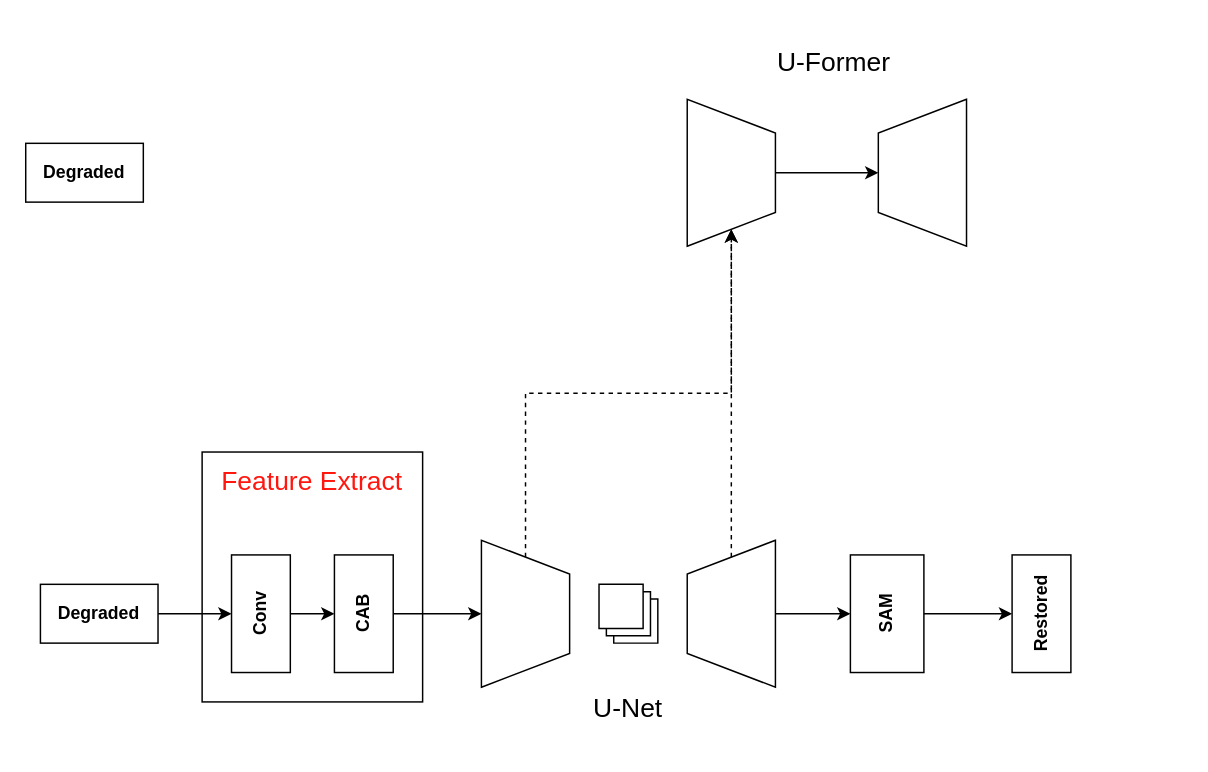
The draw.io diagram Untitled Diagram.drawio in user815886724/CycleGan, before the edit. Source tidied: cells renumbered, new cells numbered last; positions are measured from the earlier drawing's top-left corner, leaving out a move shared by most shapes. Both pictures are drawn from the tidied source at 147%, with x=0, y=0 at pixel (25, 40).
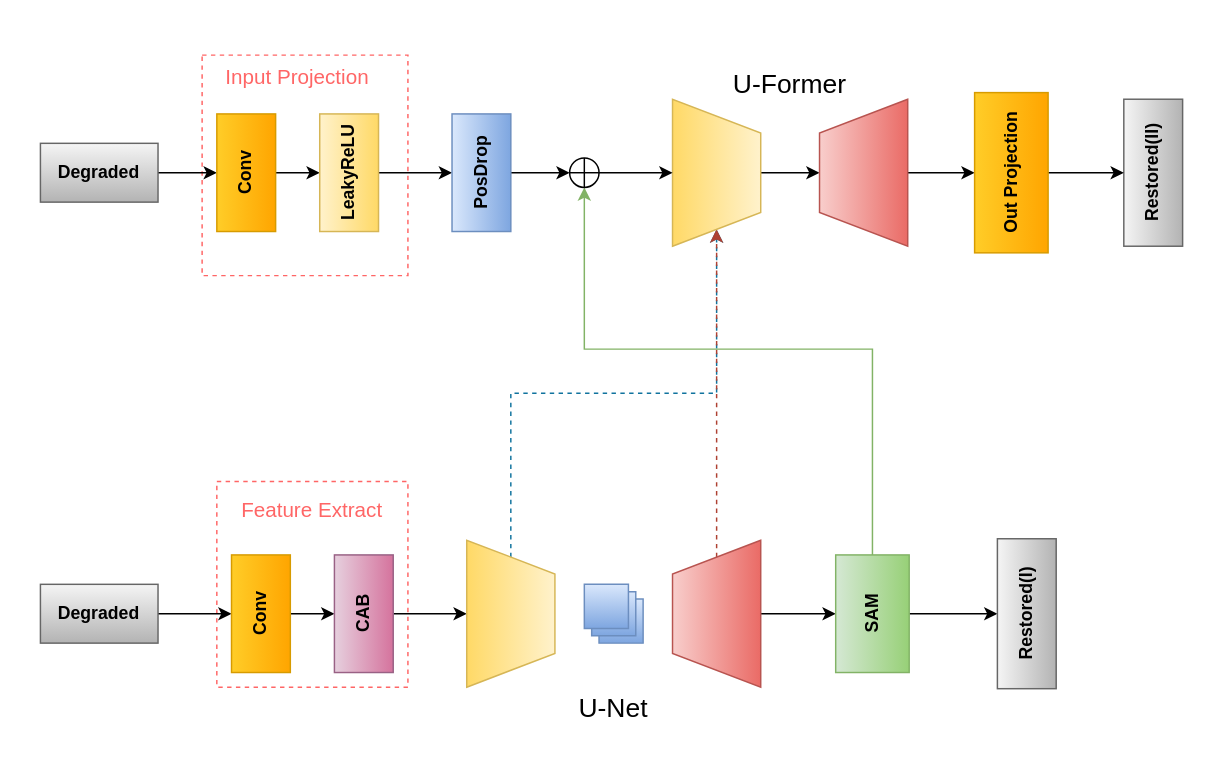
The same page after the edit.

Change to the diagram source:
```diff
@@
+    <mxCell id="25" value="&lt;pre style=&quot;background-color: rgb(255 , 255 , 255) ; font-family: &amp;#34;jetbrains mono&amp;#34; , monospace ; font-size: 10px&quot;&gt;&lt;br&gt;&lt;/pre&gt;" style="rounded=0;whiteSpace=wrap;html=1;verticalAlign=top;fillColor=none;align=center;dashed=1;strokeColor=#FF6666;" parent="1" vertex="1">
+      <mxGeometry x="120" y="10" width="140" height="150" as="geometry" />
+    </mxCell>
-    <mxCell id="2" value="&lt;pre style=&quot;background-color: rgb(255 , 255 , 255) ; font-family: &amp;#34;jetbrains mono&amp;#34; , monospace ; font-size: 10px&quot;&gt;&lt;br&gt;&lt;/pre&gt;" style="rounded=0;whiteSpace=wrap;html=1;verticalAlign=top;fillColor=none;align=center;" parent="1" vertex="1">
-      <mxGeometry x="120" y="280" width="150" height="170" as="geometry" />
+    <mxCell id="2" value="&lt;pre style=&quot;background-color: rgb(255 , 255 , 255) ; font-family: &amp;#34;jetbrains mono&amp;#34; , monospace ; font-size: 10px&quot;&gt;&lt;br&gt;&lt;/pre&gt;" style="rounded=0;whiteSpace=wrap;html=1;verticalAlign=top;fillColor=none;align=center;dashed=1;strokeColor=#FF6666;" parent="1" vertex="1">
+      <mxGeometry x="130" y="300" width="130" height="140" as="geometry" />
     </mxCell>
@@
-    <mxCell id="4" value="&lt;b&gt;Degraded&lt;/b&gt;" style="rounded=0;whiteSpace=wrap;html=1;" parent="1" vertex="1">
+    <mxCell id="4" value="&lt;b&gt;Degraded&lt;/b&gt;" style="rounded=0;whiteSpace=wrap;html=1;gradientColor=#b3b3b3;fillColor=#f5f5f5;strokeColor=#666666;" parent="1" vertex="1">
       <mxGeometry x="10" y="370" width="80" height="40" as="geometry" />
     </mxCell>
@@
-    <mxCell id="6" value="&lt;b&gt;Conv&lt;/b&gt;" style="rounded=0;whiteSpace=wrap;html=1;rotation=-90;verticalAlign=middle;" parent="1" vertex="1">
+    <mxCell id="6" value="&lt;b&gt;Conv&lt;/b&gt;" style="rounded=0;whiteSpace=wrap;html=1;rotation=-90;verticalAlign=middle;gradientColor=#ffa500;fillColor=#ffcd28;strokeColor=#d79b00;" parent="1" vertex="1">
       <mxGeometry x="120" y="370" width="80" height="40" as="geometry" />
     </mxCell>
@@
-    <mxCell id="8" value="&lt;b&gt;CAB&lt;/b&gt;" style="rounded=0;whiteSpace=wrap;html=1;rotation=-90;verticalAlign=middle;" parent="1" vertex="1">
+    <mxCell id="8" value="&lt;b&gt;CAB&lt;/b&gt;" style="rounded=0;whiteSpace=wrap;html=1;rotation=-90;verticalAlign=middle;gradientColor=#d5739d;fillColor=#e6d0de;strokeColor=#996185;" parent="1" vertex="1">
       <mxGeometry x="190" y="370" width="80" height="40" as="geometry" />
     </mxCell>
-    <mxCell id="9" style="edgeStyle=orthogonalEdgeStyle;rounded=0;jettySize=auto;html=1;exitX=1;exitY=0.5;exitDx=0;exitDy=0;fontColor=#FF170F;dashed=1;" parent="1" edge="1" source="10" target="21">
+    <mxCell id="9" style="edgeStyle=orthogonalEdgeStyle;rounded=0;jettySize=auto;html=1;exitX=1;exitY=0.5;exitDx=0;exitDy=0;fontColor=#FF170F;dashed=1;fillColor=#b1ddf0;strokeColor=#10739e;" parent="1" edge="1" source="10" target="21">
       <mxGeometry relative="1" as="geometry">
         <Array as="points">
-          <mxPoint x="340" y="240" />
-          <mxPoint x="480" y="240" />
+          <mxPoint x="330" y="240" />
+          <mxPoint x="470" y="240" />
         </Array>
       </mxGeometry>
     </mxCell>
-    <mxCell id="10" style="verticalLabelPosition=middle;verticalAlign=middle;html=1;shape=trapezoid;perimeter=trapezoidPerimeter;whiteSpace=wrap;size=0.23;arcSize=10;flipV=1;labelPosition=center;align=center;rotation=-90;" parent="1" vertex="1">
-      <mxGeometry x="290" y="360" width="100" height="60" as="geometry" />
+    <mxCell id="10" style="verticalLabelPosition=middle;verticalAlign=middle;html=1;shape=trapezoid;perimeter=trapezoidPerimeter;whiteSpace=wrap;size=0.23;arcSize=10;flipV=1;labelPosition=center;align=center;rotation=-90;gradientColor=#ffd966;fillColor=#fff2cc;strokeColor=#d6b656;" parent="1" vertex="1">
+      <mxGeometry x="280" y="360" width="100" height="60" as="geometry" />
     </mxCell>
@@
-    <mxCell id="12" style="edgeStyle=orthogonalEdgeStyle;rounded=0;jettySize=auto;html=1;exitX=0;exitY=0.5;exitDx=0;exitDy=0;entryX=0;entryY=0.5;entryDx=0;entryDy=0;fontColor=#FF170F;dashed=1;" parent="1" edge="1" source="13" target="21">
+    <mxCell id="12" style="edgeStyle=orthogonalEdgeStyle;rounded=0;jettySize=auto;html=1;exitX=0;exitY=0.5;exitDx=0;exitDy=0;entryX=0;entryY=0.5;entryDx=0;entryDy=0;fontColor=#FF170F;dashed=1;fillColor=#fad9d5;strokeColor=#ae4132;" parent="1" edge="1" source="13" target="21">
       <mxGeometry relative="1" as="geometry" />
     </mxCell>
-    <mxCell id="13" style="verticalLabelPosition=middle;verticalAlign=middle;html=1;shape=trapezoid;perimeter=trapezoidPerimeter;whiteSpace=wrap;size=0.23;arcSize=10;flipV=1;labelPosition=center;align=center;rotation=90;" parent="1" vertex="1">
-      <mxGeometry x="430" y="360" width="100" height="60" as="geometry" />
+    <mxCell id="13" style="verticalLabelPosition=middle;verticalAlign=middle;html=1;shape=trapezoid;perimeter=trapezoidPerimeter;whiteSpace=wrap;size=0.23;arcSize=10;flipV=1;labelPosition=center;align=center;rotation=90;gradientColor=#ea6b66;fillColor=#f8cecc;strokeColor=#b85450;" parent="1" vertex="1">
+      <mxGeometry x="420" y="360" width="100" height="60" as="geometry" />
     </mxCell>
@@
+    <mxCell id="26" style="edgeStyle=orthogonalEdgeStyle;rounded=0;jettySize=auto;html=1;exitX=1;exitY=0.5;exitDx=0;exitDy=0;entryX=0.5;entryY=1;entryDx=0;entryDy=0;fontColor=#FF170F;fillColor=#d5e8d4;strokeColor=#82b366;gradientColor=#97d077;" parent="1" edge="1" source="15" target="37">
+      <mxGeometry relative="1" as="geometry">
+        <Array as="points">
+          <mxPoint x="576" y="210" />
+          <mxPoint x="380" y="210" />
+        </Array>
+      </mxGeometry>
+    </mxCell>
-    <mxCell id="15" value="&lt;b&gt;SAM&lt;/b&gt;" style="rounded=0;whiteSpace=wrap;html=1;rotation=-90;verticalAlign=middle;" parent="1" vertex="1">
-      <mxGeometry x="546" y="365" width="80" height="50" as="geometry" />
+    <mxCell id="15" value="&lt;b&gt;SAM&lt;/b&gt;" style="rounded=0;whiteSpace=wrap;html=1;rotation=-90;verticalAlign=middle;gradientColor=#97d077;fillColor=#d5e8d4;strokeColor=#82b366;" parent="1" vertex="1">
+      <mxGeometry x="536" y="365" width="80" height="50" as="geometry" />
     </mxCell>
-    <mxCell id="16" value="&lt;b&gt;Restored&lt;/b&gt;" style="rounded=0;whiteSpace=wrap;html=1;rotation=-90;verticalAlign=middle;" parent="1" vertex="1">
-      <mxGeometry x="651" y="370" width="80" height="40" as="geometry" />
+    <mxCell id="16" value="&lt;b&gt;Restored(I)&lt;/b&gt;" style="rounded=0;whiteSpace=wrap;html=1;rotation=-90;verticalAlign=middle;gradientColor=#b3b3b3;fillColor=#f5f5f5;strokeColor=#666666;" parent="1" vertex="1">
+      <mxGeometry x="630" y="370" width="102" height="40" as="geometry" />
     </mxCell>
-    <mxCell id="17" style="verticalLabelPosition=bottom;verticalAlign=top;html=1;shape=mxgraph.basic.layered_rect;dx=10;" parent="1" vertex="1">
-      <mxGeometry x="390" y="370" width="40" height="40" as="geometry" />
+    <mxCell id="17" style="verticalLabelPosition=bottom;verticalAlign=top;html=1;shape=mxgraph.basic.layered_rect;dx=10;gradientColor=#7ea6e0;fillColor=#dae8fc;strokeColor=#6c8ebf;" parent="1" vertex="1">
+      <mxGeometry x="380" y="370" width="40" height="40" as="geometry" />
     </mxCell>
     <mxCell id="18" value="&lt;h2&gt;&lt;span style=&quot;font-weight: normal&quot;&gt;U-Net&lt;/span&gt;&lt;/h2&gt;" style="text;html=1;strokeColor=none;fillColor=none;align=center;verticalAlign=middle;whiteSpace=wrap;rounded=0;" parent="1" vertex="1">
-      <mxGeometry x="360" y="440" width="100" height="30" as="geometry" />
+      <mxGeometry x="350" y="440" width="100" height="30" as="geometry" />
     </mxCell>
-    <mxCell id="19" value="&lt;h2&gt;&lt;span style=&quot;font-weight: normal&quot;&gt;Feature Extract&lt;/span&gt;&lt;/h2&gt;" style="text;html=1;strokeColor=none;fillColor=none;align=center;verticalAlign=middle;whiteSpace=wrap;rounded=0;fontColor=#FF170F;" parent="1" vertex="1">
-      <mxGeometry x="130" y="290" width="130" height="20" as="geometry" />
+    <mxCell id="19" value="&lt;h3&gt;&lt;span style=&quot;font-weight: normal&quot;&gt;&lt;font color=&quot;#ff6666&quot;&gt;Feature Extract&lt;/font&gt;&lt;/span&gt;&lt;/h3&gt;" style="text;html=1;strokeColor=none;fillColor=none;align=center;verticalAlign=middle;whiteSpace=wrap;rounded=0;fontColor=#FF170F;" parent="1" vertex="1">
+      <mxGeometry x="130" y="310" width="130" height="20" as="geometry" />
     </mxCell>
@@
-    <mxCell id="21" style="verticalLabelPosition=middle;verticalAlign=middle;html=1;shape=trapezoid;perimeter=trapezoidPerimeter;whiteSpace=wrap;size=0.23;arcSize=10;flipV=1;labelPosition=center;align=center;rotation=-90;" parent="1" vertex="1">
-      <mxGeometry x="430" y="60" width="100" height="60" as="geometry" />
+    <mxCell id="21" style="verticalLabelPosition=middle;verticalAlign=middle;html=1;shape=trapezoid;perimeter=trapezoidPerimeter;whiteSpace=wrap;size=0.23;arcSize=10;flipV=1;labelPosition=center;align=center;rotation=-90;gradientColor=#ffd966;fillColor=#fff2cc;strokeColor=#d6b656;" parent="1" vertex="1">
+      <mxGeometry x="420" y="60" width="100" height="60" as="geometry" />
     </mxCell>
+    <mxCell id="27" style="edgeStyle=orthogonalEdgeStyle;rounded=0;jettySize=auto;html=1;fontColor=#FF170F;" parent="1" edge="1" source="22" target="40">
+      <mxGeometry relative="1" as="geometry" />
+    </mxCell>
-    <mxCell id="22" style="verticalLabelPosition=middle;verticalAlign=middle;html=1;shape=trapezoid;perimeter=trapezoidPerimeter;whiteSpace=wrap;size=0.23;arcSize=10;flipV=1;labelPosition=center;align=center;rotation=90;" parent="1" vertex="1">
-      <mxGeometry x="560" y="60" width="100" height="60" as="geometry" />
+    <mxCell id="22" style="verticalLabelPosition=middle;verticalAlign=middle;html=1;shape=trapezoid;perimeter=trapezoidPerimeter;whiteSpace=wrap;size=0.23;arcSize=10;flipV=1;labelPosition=center;align=center;rotation=90;gradientColor=#ea6b66;fillColor=#f8cecc;strokeColor=#b85450;" parent="1" vertex="1">
+      <mxGeometry x="520" y="60" width="100" height="60" as="geometry" />
     </mxCell>
     <mxCell id="23" value="&lt;h2&gt;&lt;span style=&quot;font-weight: normal&quot;&gt;U-Former&lt;/span&gt;&lt;/h2&gt;" style="text;html=1;strokeColor=none;fillColor=none;align=center;verticalAlign=middle;whiteSpace=wrap;rounded=0;" parent="1" vertex="1">
-      <mxGeometry x="500" width="100" height="30" as="geometry" />
+      <mxGeometry x="470" y="15" width="100" height="30" as="geometry" />
     </mxCell>
+    <mxCell id="28" style="edgeStyle=orthogonalEdgeStyle;rounded=0;jettySize=auto;html=1;fontColor=#FF170F;" parent="1" edge="1" source="24" target="30">
+      <mxGeometry relative="1" as="geometry" />
+    </mxCell>
-    <mxCell id="24" value="&lt;b&gt;Degraded&lt;/b&gt;" style="rounded=0;whiteSpace=wrap;html=1;" parent="1" vertex="1">
-      <mxGeometry y="70" width="80" height="40" as="geometry" />
+    <mxCell id="24" value="&lt;b&gt;Degraded&lt;/b&gt;" style="rounded=0;whiteSpace=wrap;html=1;gradientColor=#b3b3b3;fillColor=#f5f5f5;strokeColor=#666666;" parent="1" vertex="1">
+      <mxGeometry x="10" y="70" width="80" height="40" as="geometry" />
     </mxCell>
+    <mxCell id="29" style="edgeStyle=orthogonalEdgeStyle;rounded=0;jettySize=auto;html=1;exitX=0.5;exitY=1;exitDx=0;exitDy=0;entryX=0.5;entryY=0;entryDx=0;entryDy=0;" parent="1" edge="1" source="30" target="32">
+      <mxGeometry relative="1" as="geometry" />
+    </mxCell>
+    <mxCell id="30" value="&lt;b&gt;Conv&lt;/b&gt;" style="rounded=0;whiteSpace=wrap;html=1;rotation=-90;verticalAlign=middle;gradientColor=#ffa500;fillColor=#ffcd28;strokeColor=#d79b00;" parent="1" vertex="1">
+      <mxGeometry x="110" y="70" width="80" height="40" as="geometry" />
+    </mxCell>
+    <mxCell id="31" style="edgeStyle=orthogonalEdgeStyle;rounded=0;jettySize=auto;html=1;exitX=0.5;exitY=1;exitDx=0;exitDy=0;entryX=0.5;entryY=0;entryDx=0;entryDy=0;fontColor=#FF170F;" parent="1" edge="1" source="32" target="34">
+      <mxGeometry relative="1" as="geometry" />
+    </mxCell>
+    <mxCell id="32" value="&lt;b&gt;LeakyReLU&lt;/b&gt;" style="rounded=0;whiteSpace=wrap;html=1;rotation=-90;verticalAlign=middle;gradientColor=#ffd966;fillColor=#fff2cc;strokeColor=#d6b656;" parent="1" vertex="1">
+      <mxGeometry x="180" y="70" width="80" height="40" as="geometry" />
+    </mxCell>
+    <mxCell id="33" style="edgeStyle=orthogonalEdgeStyle;rounded=0;jettySize=auto;html=1;fontColor=#FF170F;" parent="1" edge="1" source="34" target="37">
+      <mxGeometry relative="1" as="geometry" />
+    </mxCell>
+    <mxCell id="34" value="&lt;b&gt;PosDrop&lt;/b&gt;" style="rounded=0;whiteSpace=wrap;html=1;rotation=-90;verticalAlign=middle;gradientColor=#7ea6e0;fillColor=#dae8fc;strokeColor=#6c8ebf;" parent="1" vertex="1">
+      <mxGeometry x="270" y="70" width="80" height="40" as="geometry" />
+    </mxCell>
+    <mxCell id="35" value="&lt;h3&gt;&lt;span style=&quot;font-weight: normal&quot;&gt;&lt;font color=&quot;#ff6666&quot;&gt;Input Projection&lt;/font&gt;&lt;/span&gt;&lt;/h3&gt;" style="text;html=1;strokeColor=none;fillColor=none;align=center;verticalAlign=middle;whiteSpace=wrap;rounded=0;fontColor=#FF170F;" parent="1" vertex="1">
+      <mxGeometry x="120" y="15" width="130" height="20" as="geometry" />
+    </mxCell>
+    <mxCell id="36" style="edgeStyle=orthogonalEdgeStyle;rounded=0;jettySize=auto;html=1;fontColor=#FF170F;" parent="1" edge="1" source="37" target="21">
+      <mxGeometry relative="1" as="geometry" />
+    </mxCell>
+    <mxCell id="37" style="shape=orEllipse;perimeter=ellipsePerimeter;whiteSpace=wrap;html=1;backgroundOutline=1;fontColor=#FF170F;strokeColor=#000000;align=center;verticalAlign=top;" parent="1" vertex="1">
+      <mxGeometry x="370" y="80" width="20" height="20" as="geometry" />
+    </mxCell>
+    <mxCell id="38" value="&lt;b&gt;Restored(II)&lt;/b&gt;" style="rounded=0;whiteSpace=wrap;html=1;rotation=-90;verticalAlign=middle;gradientColor=#b3b3b3;fillColor=#f5f5f5;strokeColor=#666666;" parent="1" vertex="1">
+      <mxGeometry x="717" y="70" width="100" height="40" as="geometry" />
+    </mxCell>
+    <mxCell id="39" style="edgeStyle=orthogonalEdgeStyle;rounded=0;jettySize=auto;html=1;exitX=0.5;exitY=1;exitDx=0;exitDy=0;entryX=0.5;entryY=0;entryDx=0;entryDy=0;fontColor=#FF170F;" parent="1" edge="1" source="40" target="38">
+      <mxGeometry relative="1" as="geometry" />
+    </mxCell>
+    <mxCell id="40" value="&lt;b&gt;Out Projection&lt;/b&gt;" style="rounded=0;whiteSpace=wrap;html=1;rotation=-90;verticalAlign=middle;gradientColor=#ffa500;fillColor=#ffcd28;strokeColor=#d79b00;" parent="1" vertex="1">
+      <mxGeometry x="616" y="65" width="109" height="50" as="geometry" />
+    </mxCell>
```
